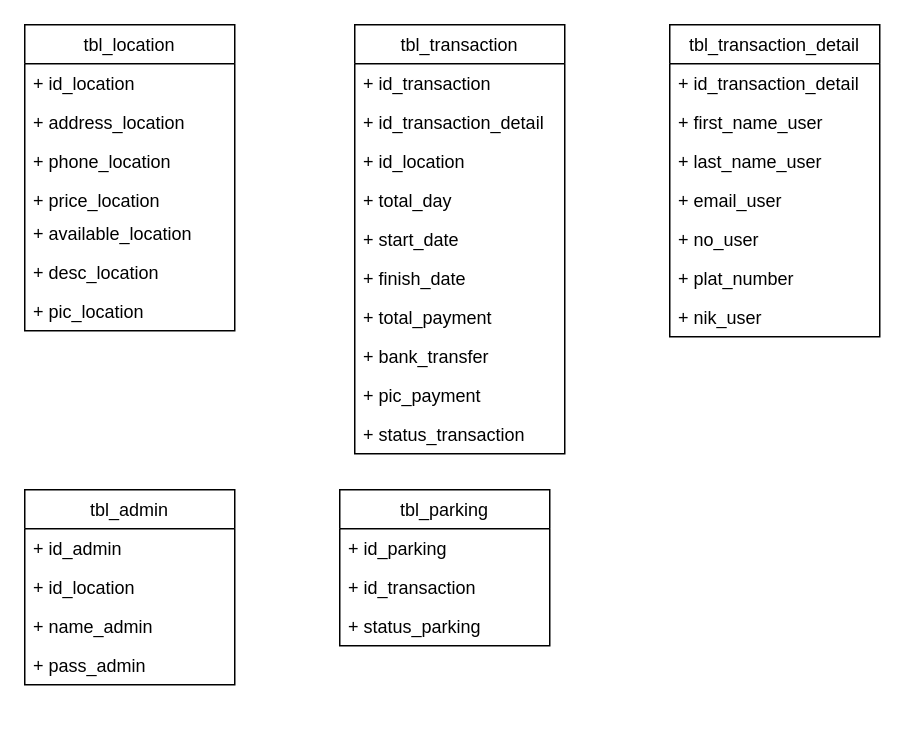
Earlier version of the draw.io diagram page "db carden" (7 of 7) of Untitled Diagram.drawio (coz-git/coz.github.io). Source tidied: cells renumbered, new cells numbered last; positions are measured from the earlier drawing's top-left corner, leaving out a move shared by most shapes. Both pictures are drawn from the tidied source at 150%, with x=0, y=0 at pixel (24, 24).
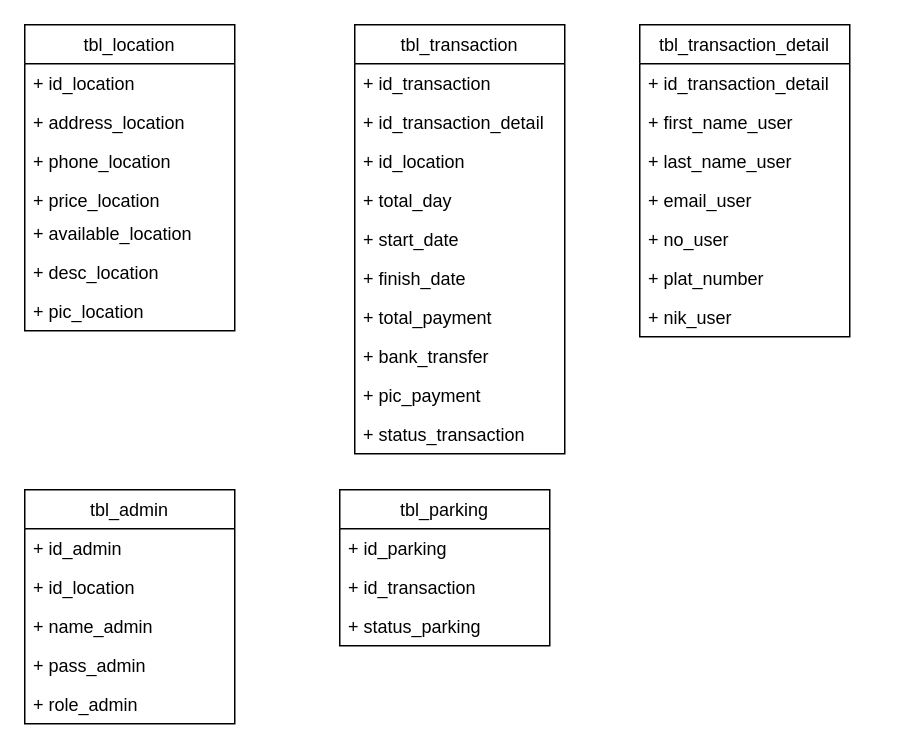
Above is the later version.

What changed in the source:
```diff
@@
     <mxCell id="10" value="tbl_admin" style="swimlane;fontStyle=0;horizontal=1;startSize=26;fillColor=none;" parent="1" vertex="1">
-      <mxGeometry y="310" width="140" height="130" as="geometry" />
+      <mxGeometry y="310" width="140" height="156" as="geometry" />
     </mxCell>
@@
+    <mxCell id="38" value="+ role_admin" style="text;strokeColor=none;fillColor=none;align=left;verticalAlign=top;spacingLeft=4;spacingRight=4;overflow=hidden;" parent="10" vertex="1">
+      <mxGeometry y="130" width="140" height="26" as="geometry" />
+    </mxCell>
@@
     <mxCell id="26" value="tbl_transaction_detail" style="swimlane;fontStyle=0;horizontal=1;startSize=26;fillColor=none;" parent="1" vertex="1">
-      <mxGeometry x="430" width="140" height="208" as="geometry" />
+      <mxGeometry x="410" width="140" height="208" as="geometry" />
     </mxCell>
```
